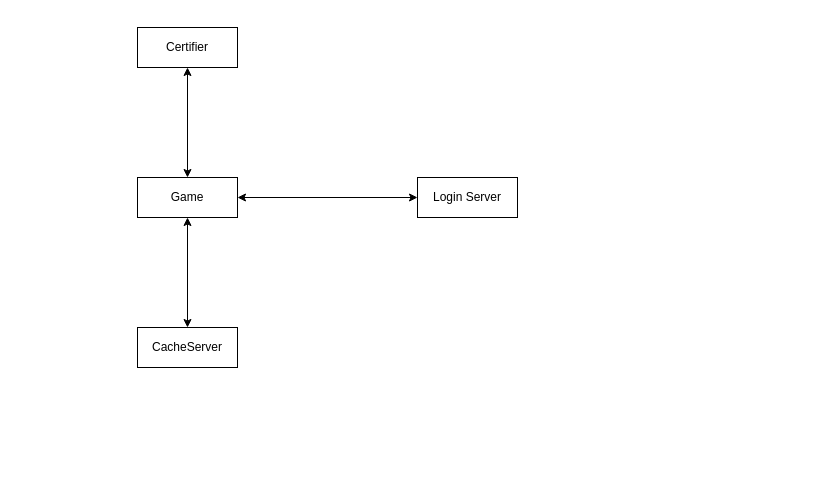
The draw.io diagram doc/TCP.drawio in zetsumi/Flyff-Engine, before the edit. Source tidied: cells renumbered, new cells numbered last; positions are measured from the earlier drawing's top-left corner, leaving out a move shared by most shapes. Both pictures are drawn from the tidied source at 100%, with x=0, y=0 at pixel (137, 27).
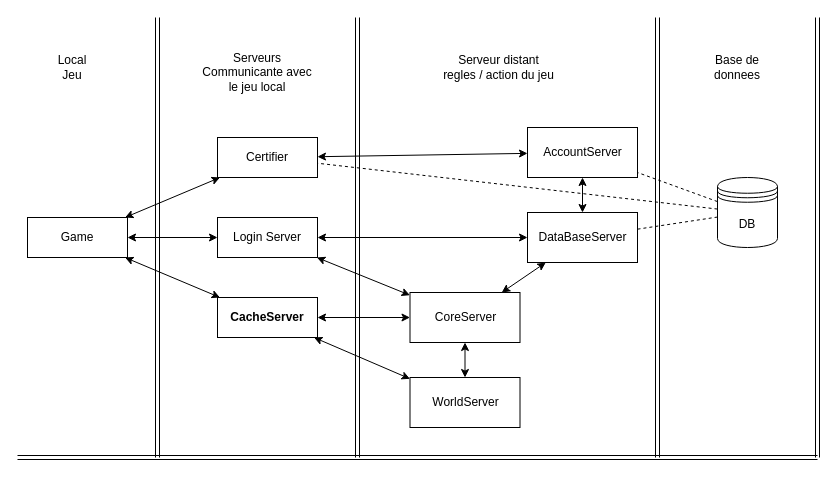
The same diagram, later.

Commit message (it also covers changes not shown here):
mise a jour de la documentation des connexion entre serveurs

What changed in the source:
```diff
@@
     <mxCell id="2" value="Game" style="whiteSpace=wrap;html=1;align=center;" parent="1" vertex="1">
-      <mxGeometry y="150" width="100" height="40" as="geometry" />
+      <mxGeometry x="-110" y="190" width="100" height="40" as="geometry" />
     </mxCell>
     <mxCell id="3" value="Certifier" style="whiteSpace=wrap;html=1;align=center;" parent="1" vertex="1">
-      <mxGeometry width="100" height="40" as="geometry" />
+      <mxGeometry x="80" y="110" width="100" height="40" as="geometry" />
     </mxCell>
-    <mxCell id="4" value="CacheServer" style="whiteSpace=wrap;html=1;align=center;" parent="1" vertex="1">
-      <mxGeometry y="300" width="100" height="40" as="geometry" />
+    <mxCell id="4" value="CacheServer" style="whiteSpace=wrap;html=1;align=center;fontStyle=1;" parent="1" vertex="1">
+      <mxGeometry x="80" y="270" width="100" height="40" as="geometry" />
     </mxCell>
     <mxCell id="5" value="Login Server" style="whiteSpace=wrap;html=1;align=center;" parent="1" vertex="1">
-      <mxGeometry x="280" y="150" width="100" height="40" as="geometry" />
+      <mxGeometry x="80" y="190" width="100" height="40" as="geometry" />
     </mxCell>
@@
+    <mxCell id="9" value="CoreServer" style="html=1;" parent="1" vertex="1">
+      <mxGeometry x="272.5" y="265" width="110" height="50" as="geometry" />
+    </mxCell>
+    <mxCell id="10" value="WorldServer" style="html=1;" parent="1" vertex="1">
+      <mxGeometry x="272.5" y="350" width="110" height="50" as="geometry" />
+    </mxCell>
+    <mxCell id="11" value="DataBaseServer" style="html=1;" parent="1" vertex="1">
+      <mxGeometry x="390" y="185" width="110" height="50" as="geometry" />
+    </mxCell>
+    <mxCell id="12" value="AccountServer" style="html=1;" parent="1" vertex="1">
+      <mxGeometry x="390" y="100" width="110" height="50" as="geometry" />
+    </mxCell>
+    <mxCell id="13" style="endArrow=classic;startArrow=classic;html=1;" parent="1" edge="1" source="10" target="4">
+      <mxGeometry relative="1" as="geometry" />
+    </mxCell>
+    <mxCell id="14" style="endArrow=classic;startArrow=classic;html=1;" parent="1" edge="1" source="9" target="4">
+      <mxGeometry relative="1" as="geometry" />
+    </mxCell>
+    <mxCell id="15" style="endArrow=classic;startArrow=classic;html=1;" parent="1" edge="1" source="12" target="3">
+      <mxGeometry relative="1" as="geometry" />
+    </mxCell>
+    <mxCell id="16" value="DB" style="shape=datastore;whiteSpace=wrap;html=1;" parent="1" vertex="1">
+      <mxGeometry x="580" y="150" width="60" height="70" as="geometry" />
+    </mxCell>
+    <mxCell id="17" style="endArrow=classic;startArrow=classic;html=1;" parent="1" edge="1" source="5" target="9">
+      <mxGeometry relative="1" as="geometry" />
+    </mxCell>
+    <mxCell id="18" style="endArrow=classic;startArrow=classic;html=1;" parent="1" edge="1" source="5" target="11">
+      <mxGeometry relative="1" as="geometry" />
+    </mxCell>
+    <mxCell id="19" style="endArrow=classic;startArrow=classic;html=1;" parent="1" edge="1" source="11" target="12">
+      <mxGeometry relative="1" as="geometry" />
+    </mxCell>
+    <mxCell id="20" style="endArrow=classic;startArrow=classic;html=1;" parent="1" edge="1" source="9" target="11">
+      <mxGeometry relative="1" as="geometry" />
+    </mxCell>
+    <mxCell id="21" style="endArrow=classic;startArrow=classic;html=1;" parent="1" edge="1" source="9" target="10">
+      <mxGeometry relative="1" as="geometry" />
+    </mxCell>
+    <mxCell id="22" style="endArrow=none;dashed=1;html=1;" parent="1" edge="1" source="16" target="12">
+      <mxGeometry relative="1" as="geometry" />
+    </mxCell>
+    <mxCell id="23" style="endArrow=none;dashed=1;html=1;" parent="1" edge="1" source="11" target="16">
+      <mxGeometry relative="1" as="geometry" />
+    </mxCell>
+    <mxCell id="24" style="endArrow=none;dashed=1;html=1;" parent="1" edge="1" source="16" target="3">
+      <mxGeometry relative="1" as="geometry" />
+    </mxCell>
+    <mxCell id="25" style="shape=link;html=1;" parent="1" edge="1">
+      <mxGeometry relative="1" as="geometry">
+        <mxPoint x="20" y="430" as="sourcePoint" />
+        <mxPoint x="20" y="-10" as="targetPoint" />
+      </mxGeometry>
+    </mxCell>
+    <mxCell id="26" style="shape=link;html=1;" parent="1" edge="1">
+      <mxGeometry relative="1" as="geometry">
+        <mxPoint x="220" y="430" as="sourcePoint" />
+        <mxPoint x="220" y="-10" as="targetPoint" />
+      </mxGeometry>
+    </mxCell>
+    <mxCell id="27" value="Local&lt;br&gt;Jeu" style="text;html=1;strokeColor=none;fillColor=none;align=center;verticalAlign=middle;whiteSpace=wrap;rounded=0;" parent="1" vertex="1">
+      <mxGeometry x="-110" y="20" width="90" height="40" as="geometry" />
+    </mxCell>
+    <mxCell id="28" value="Serveurs&lt;br&gt;Communicante avec le jeu local" style="text;html=1;strokeColor=none;fillColor=none;align=center;verticalAlign=middle;whiteSpace=wrap;rounded=0;" parent="1" vertex="1">
+      <mxGeometry x="60" y="20" width="120" height="50" as="geometry" />
+    </mxCell>
+    <mxCell id="29" value="Serveur distant&lt;br&gt;regles / action du jeu" style="text;html=1;strokeColor=none;fillColor=none;align=center;verticalAlign=middle;whiteSpace=wrap;rounded=0;" parent="1" vertex="1">
+      <mxGeometry x="272.5" y="20" width="177" height="40" as="geometry" />
+    </mxCell>
+    <mxCell id="30" style="shape=link;html=1;" parent="1" edge="1">
+      <mxGeometry relative="1" as="geometry">
+        <mxPoint x="520" y="430" as="sourcePoint" />
+        <mxPoint x="520" y="-10" as="targetPoint" />
+      </mxGeometry>
+    </mxCell>
+    <mxCell id="31" style="shape=link;html=1;" parent="1" edge="1">
+      <mxGeometry relative="1" as="geometry">
+        <mxPoint x="680" y="430" as="sourcePoint" />
+        <mxPoint x="680" y="-10" as="targetPoint" />
+      </mxGeometry>
+    </mxCell>
+    <mxCell id="32" value="Base de donnees" style="text;html=1;strokeColor=none;fillColor=none;align=center;verticalAlign=middle;whiteSpace=wrap;rounded=0;" parent="1" vertex="1">
+      <mxGeometry x="560" y="20" width="80" height="40" as="geometry" />
+    </mxCell>
+    <mxCell id="33" style="shape=link;html=1;" parent="1" edge="1">
+      <mxGeometry relative="1" as="geometry">
+        <mxPoint x="-120" y="430" as="sourcePoint" />
+        <mxPoint x="680" y="430" as="targetPoint" />
+      </mxGeometry>
+    </mxCell>
```
